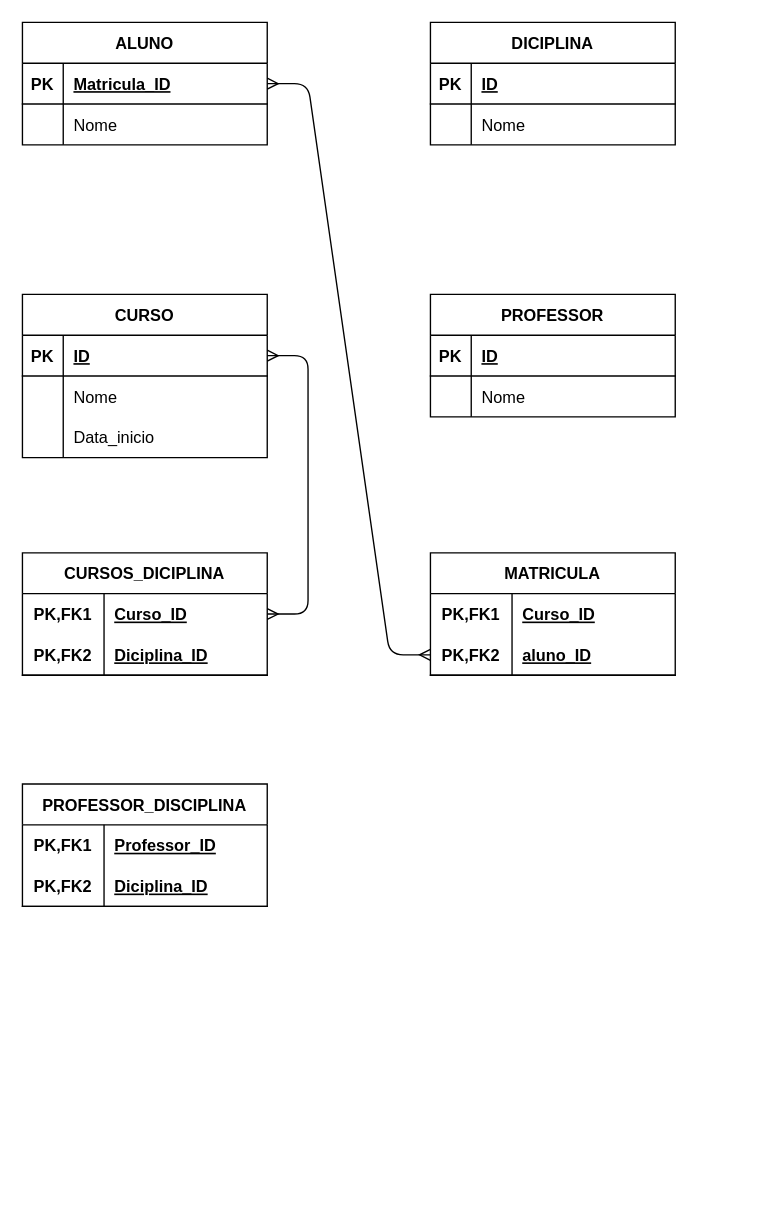
This is aulas/05/modeloLogico.drawio from Gui94Siqueira/Banco-Dados-Senac, a draw.io file, before an edit. Source tidied: cells renumbered, new cells numbered last; positions are measured from the earlier drawing's top-left corner, leaving out a move shared by most shapes. Both pictures are drawn from the tidied source at 136%, with x=0, y=0 at pixel (22, 22).
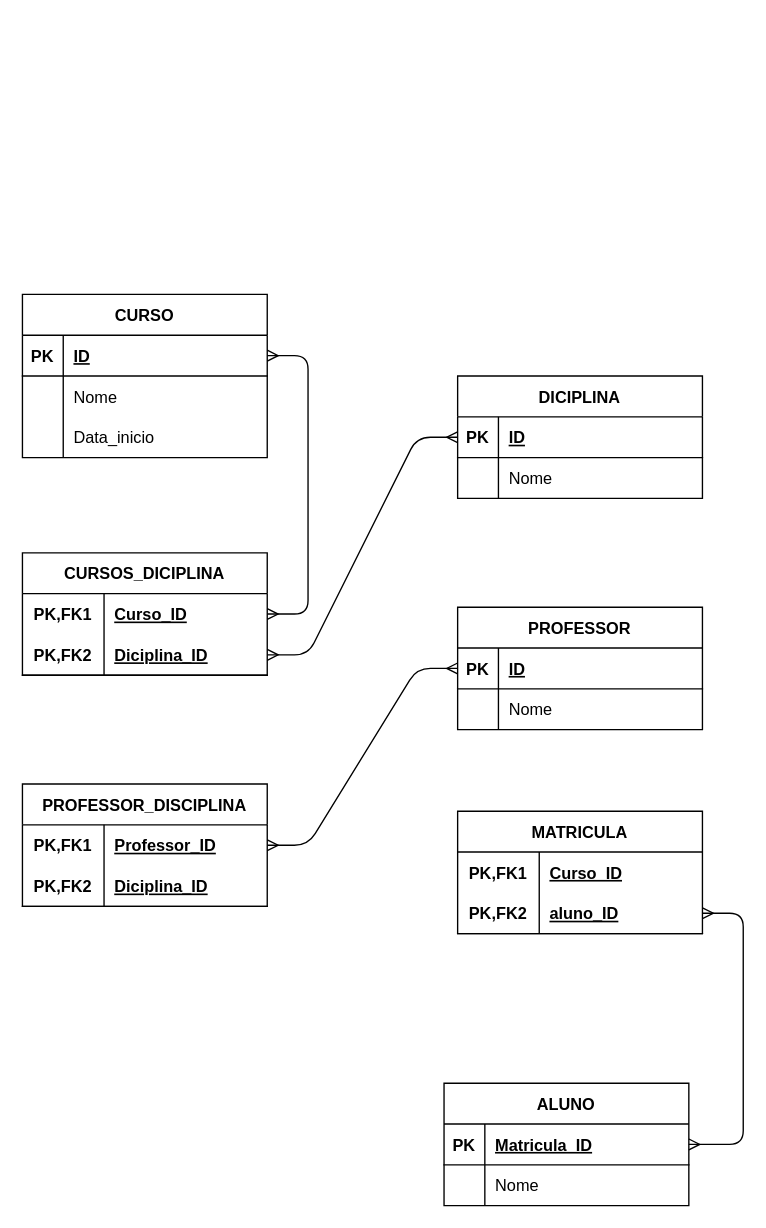
After the change.

The change refers to these unchanged cells:
```xml
<mxCell id="10" style="shape=tableRow;horizontal=0;startSize=0;swimlaneHead=0;swimlaneBody=0;fillColor=none;points=[[0,0.5],[1,0.5]];portConstraint=eastwest;top=0;left=0;right=0;bottom=1;" parent="9" vertex="1">
  <mxGeometry y="30" width="180" height="30" as="geometry" />
</mxCell>
<mxCell id="30" style="shape=tableRow;horizontal=0;startSize=0;swimlaneHead=0;swimlaneBody=0;fillColor=none;points=[[0,0.5],[1,0.5]];portConstraint=eastwest;top=0;left=0;right=0;bottom=1;" parent="26" vertex="1">
  <mxGeometry y="60" width="180" height="30" as="geometry" />
</mxCell>
<mxCell id="37" style="shape=tableRow;horizontal=0;startSize=0;swimlaneHead=0;swimlaneBody=0;fillColor=none;points=[[0,0.5],[1,0.5]];portConstraint=eastwest;top=0;left=0;right=0;bottom=1;" parent="33" vertex="1">
  <mxGeometry y="60" width="180" height="30" as="geometry" />
</mxCell>
<mxCell id="41" style="shape=tableRow;horizontal=0;startSize=0;swimlaneHead=0;swimlaneBody=0;fillColor=none;points=[[0,0.5],[1,0.5]];portConstraint=eastwest;top=0;left=0;right=0;bottom=0;" parent="40" vertex="1">
  <mxGeometry y="30" width="180" height="30" as="geometry" />
</mxCell>
<mxCell id="48" style="shape=tableRow;horizontal=0;startSize=0;swimlaneHead=0;swimlaneBody=0;fillColor=none;points=[[0,0.5],[1,0.5]];portConstraint=eastwest;top=0;left=0;right=0;bottom=1;" parent="47" vertex="1">
  <mxGeometry y="30" width="180" height="30" as="geometry" />
</mxCell>
```

Diff of the diagram source:
```diff
@@
     <mxCell id="2" value="ALUNO" style="shape=table;startSize=30;childLayout=tableLayout;rowLines=0;fontStyle=1;align=center;" parent="1" vertex="1">
-      <mxGeometry width="180" height="90" as="geometry" />
+      <mxGeometry x="310" y="780" width="180" height="90" as="geometry" />
     </mxCell>
@@
     <mxCell id="9" value="DICIPLINA" style="shape=table;startSize=30;childLayout=tableLayout;rowLines=0;fontStyle=1;align=center;" parent="1" vertex="1">
-      <mxGeometry x="300" width="180" height="90" as="geometry" />
+      <mxGeometry x="320" y="260" width="180" height="90" as="geometry" />
     </mxCell>
@@
     <mxCell id="26" value="MATRICULA" style="shape=table;startSize=30;childLayout=tableLayout;rowLines=0;fontStyle=1;align=center;" parent="1" vertex="1">
-      <mxGeometry x="300" y="390" width="180" height="90" as="geometry" />
+      <mxGeometry x="320" y="580" width="180" height="90" as="geometry" />
     </mxCell>
@@
     <mxCell id="47" value="PROFESSOR" style="shape=table;startSize=30;childLayout=tableLayout;rowLines=0;fontStyle=1;align=center;" parent="1" vertex="1">
-      <mxGeometry x="300" y="200" width="180" height="90" as="geometry" />
+      <mxGeometry x="320" y="430" width="180" height="90" as="geometry" />
     </mxCell>
@@
-    <mxCell id="55" style="edgeStyle=entityRelationEdgeStyle;fontSize=12;html=1;endArrow=ERmany;startArrow=ERmany;exitX=0;exitY=0.5;exitDx=0;exitDy=0;" parent="1" edge="1" source="30" target="2">
-      <mxGeometry relative="1" as="geometry" />
-    </mxCell>
+    <mxCell id="56" style="edgeStyle=entityRelationEdgeStyle;fontSize=12;html=1;endArrow=ERmany;startArrow=ERmany;exitX=1;exitY=0.5;exitDx=0;exitDy=0;entryX=0;entryY=0.5;entryDx=0;entryDy=0;" parent="1" edge="1" source="37" target="10">
+      <mxGeometry relative="1" as="geometry" />
+    </mxCell>
+    <mxCell id="57" style="edgeStyle=entityRelationEdgeStyle;fontSize=12;html=1;endArrow=ERmany;startArrow=ERmany;" parent="1" edge="1" source="2" target="30">
+      <mxGeometry relative="1" as="geometry" />
+    </mxCell>
+    <mxCell id="58" style="edgeStyle=entityRelationEdgeStyle;fontSize=12;html=1;endArrow=ERmany;startArrow=ERmany;exitX=1;exitY=0.5;exitDx=0;exitDy=0;entryX=0;entryY=0.5;entryDx=0;entryDy=0;" parent="1" edge="1" source="41" target="48">
+      <mxGeometry relative="1" as="geometry" />
+    </mxCell>
```
